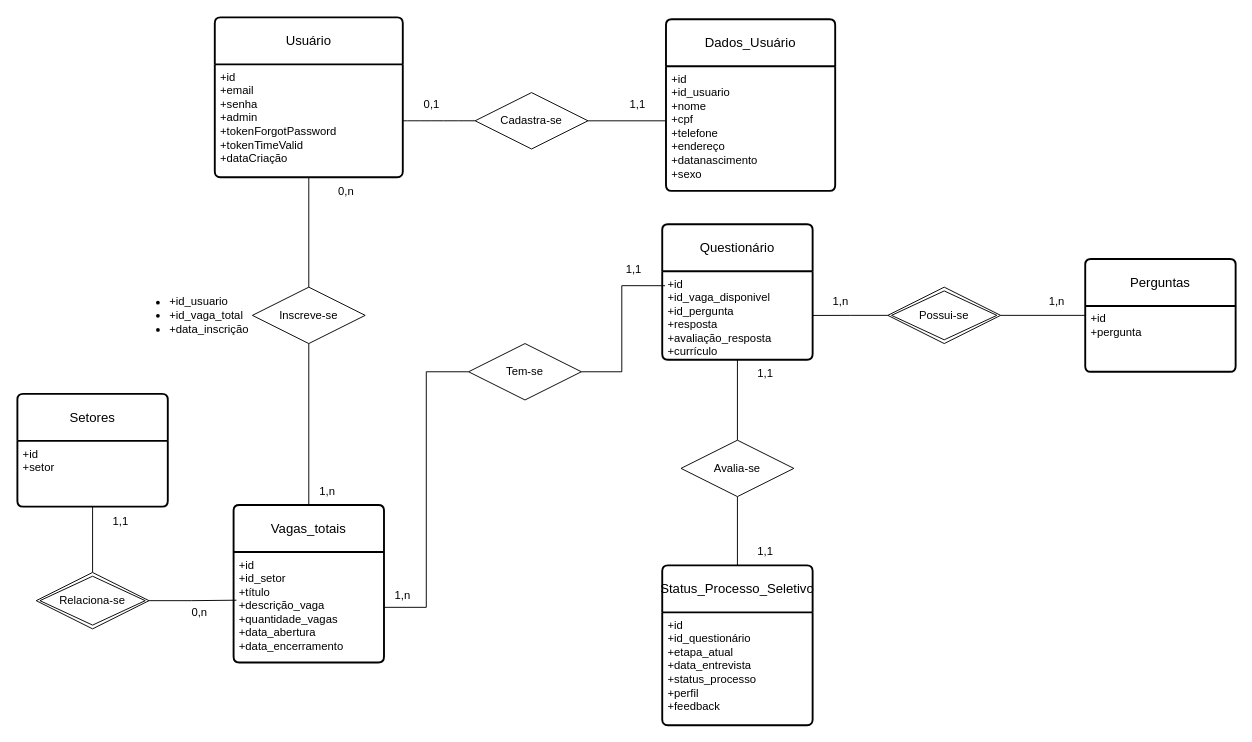
ExtraProjects860/Project-Selection-Process-Control keeps this draw.io diagram as Diagrama Modelo Relacional.drawio. Above is the earlier version. Source tidied: cells renumbered, new cells numbered last; positions are measured from the earlier drawing's top-left corner, leaving out a move shared by most shapes. Both pictures are drawn from the tidied source at 94%, with x=0, y=0 at pixel (17, 17).
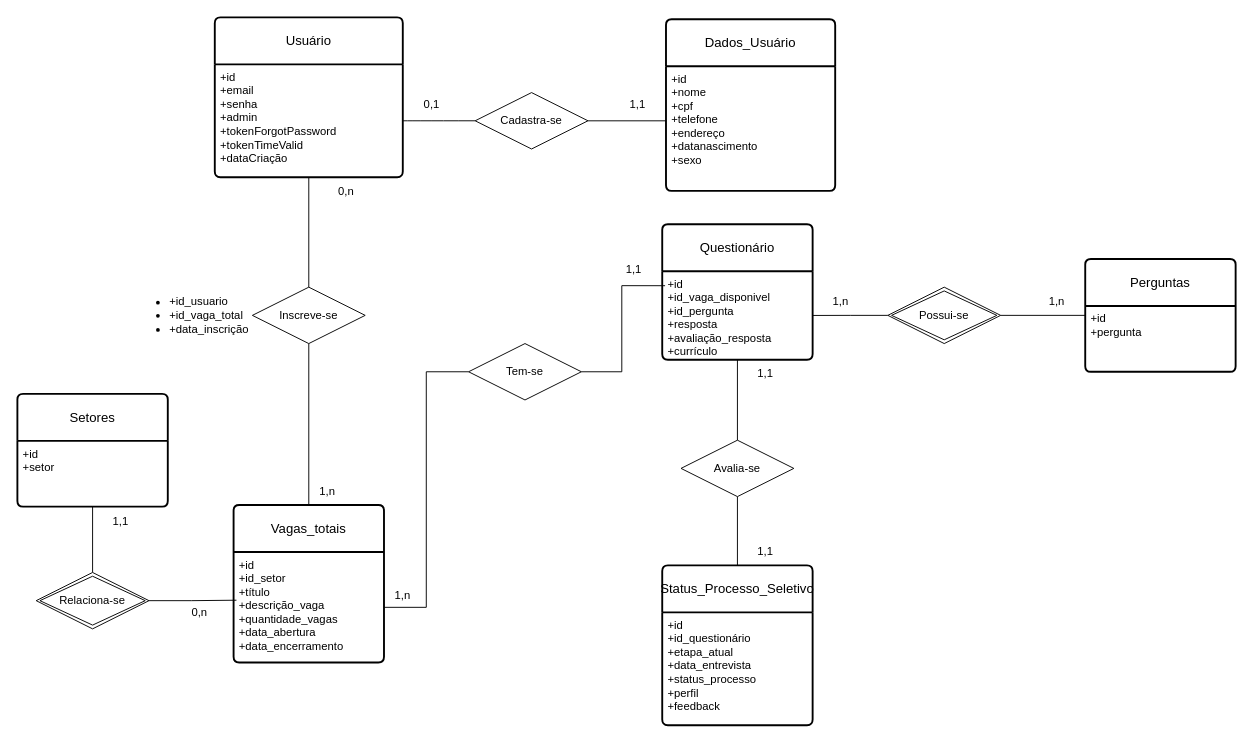
Above is the later version.

Unchanged cells that the change refers to:
```xml
<mxCell id="4" value="Dados_Usuário" style="swimlane;horizontal=1;startSize=50;rounded=1;fontSize=14;fontStyle=0;strokeWidth=2;shadow=0;dashed=0;align=center;arcSize=4;whiteSpace=wrap;html=1;" parent="1" vertex="1">
  <mxGeometry x="690" y="2" width="180" height="182.5" as="geometry" />
</mxCell>
```

What changed in the source:
```diff
@@
-    <mxCell id="5" value="&lt;div&gt;+id&lt;/div&gt;&lt;div&gt;+id_usuario&lt;/div&gt;+nome&lt;div&gt;+cpf&lt;br&gt;&lt;div&gt;+telefone&lt;/div&gt;&lt;div&gt;+endereço&lt;/div&gt;&lt;div&gt;+datanascimento&lt;/div&gt;&lt;/div&gt;&lt;div&gt;+sexo&lt;/div&gt;" style="align=left;strokeColor=none;fillColor=none;spacingLeft=4;fontSize=12;verticalAlign=top;html=1;" parent="4" vertex="1">
+    <mxCell id="5" value="&lt;div&gt;+id&lt;/div&gt;+nome&lt;div&gt;+cpf&lt;br&gt;&lt;div&gt;+telefone&lt;/div&gt;&lt;div&gt;+endereço&lt;/div&gt;&lt;div&gt;+datanascimento&lt;/div&gt;&lt;/div&gt;&lt;div&gt;+sexo&lt;/div&gt;" style="align=left;strokeColor=none;fillColor=none;spacingLeft=4;fontSize=12;verticalAlign=top;html=1;" parent="4" vertex="1">
       <mxGeometry y="50" width="180" height="132.5" as="geometry" />
     </mxCell>
```
